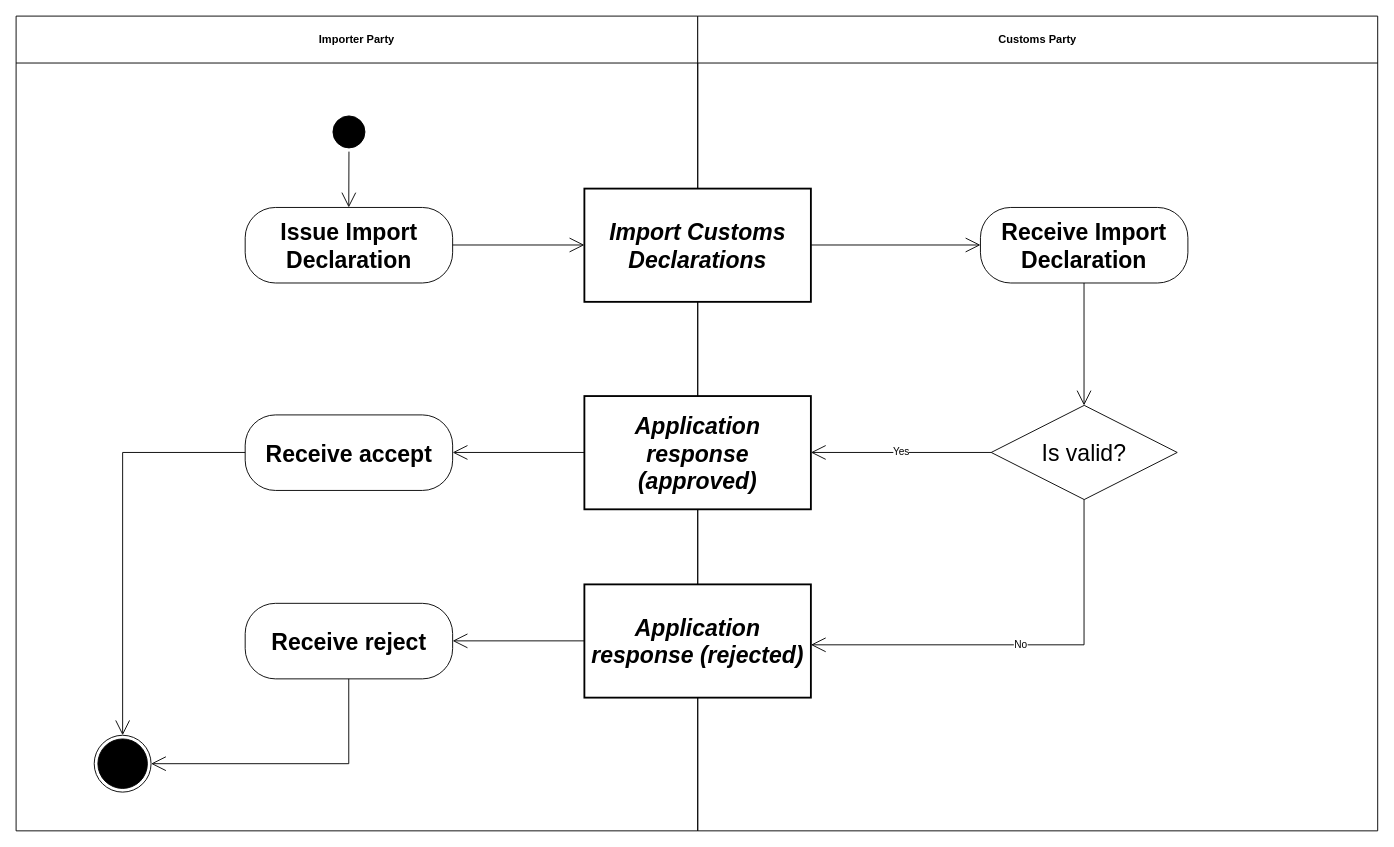
Above: diagrams/UBL-2.3-ImportDeclarationProcess/UBL-2.3-ImportDeclarationProcess.drawio in kduvekot/ubl-work-on-svg-images (draw.io), before the change. Source tidied: cells renumbered, new cells numbered last; positions are measured from the earlier drawing's top-left corner, leaving out a move shared by most shapes. Both pictures are drawn from the tidied source at 92%, with x=0, y=0 at pixel (16, 16).
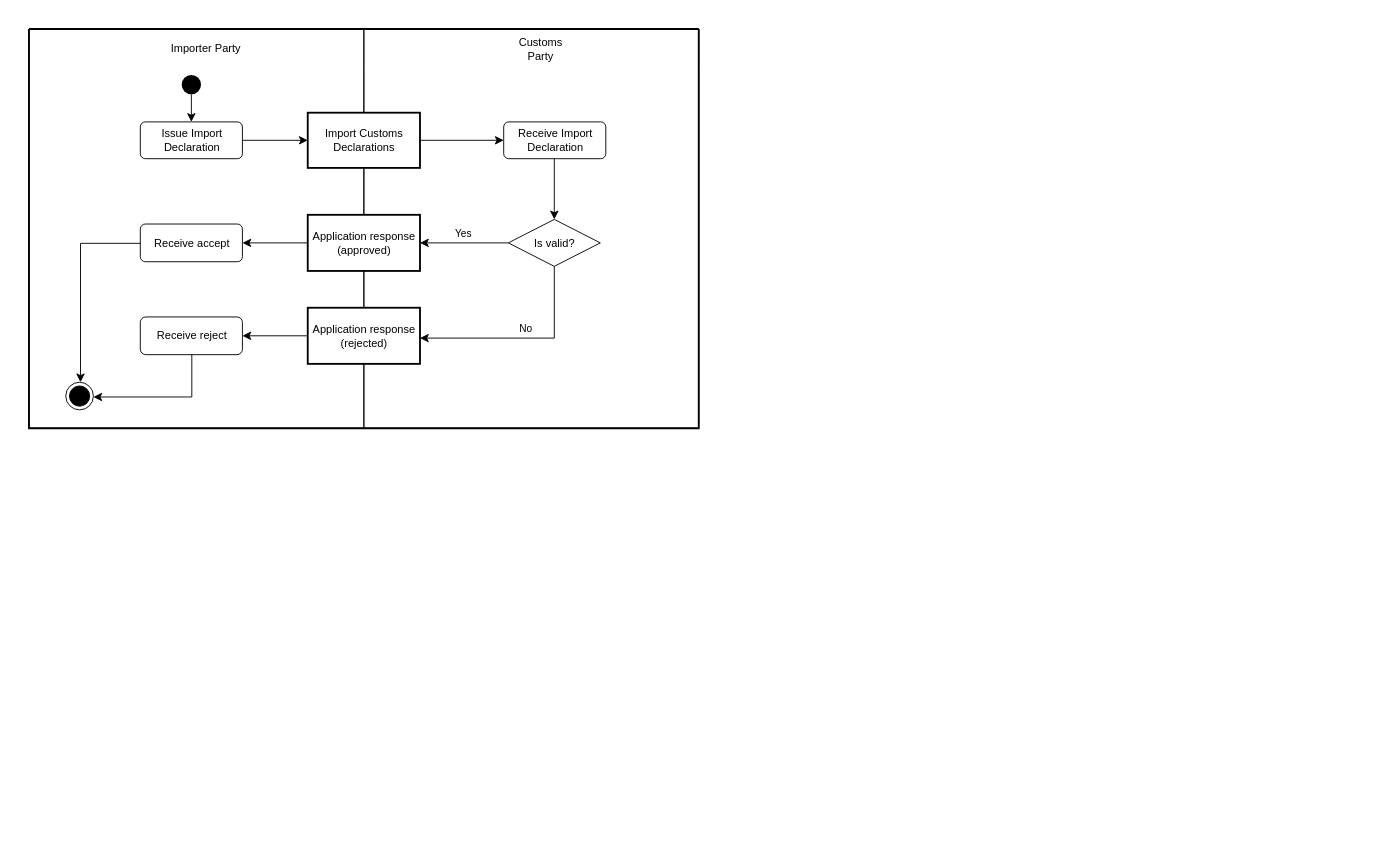
Above is the later version.

What changed in the source:
```diff
@@
+    <mxCell id="24" style="swimlane;html=1;startSize=0;whiteSpace=wrap;fillColor=none;strokeWidth=2;" parent="1" vertex="1">
+      <mxGeometry x="14" y="14" width="728" height="434" as="geometry" />
+    </mxCell>
-    <mxCell id="2" value="Importer Party" style="swimlane;whiteSpace=wrap;html=1;startSize=51;" parent="1" vertex="1">
-      <mxGeometry width="740.9" height="885.6" as="geometry" />
+    <mxCell id="2" value="Importer Party" style="swimlane;horizontal=1;startSize=41;swimlaneLine=0;html=1;fillColor=none;fontSize=12;fontStyle=0;spacing=0;spacingLeft=20;" parent="24" vertex="1">
+      <mxGeometry width="364" height="434" as="geometry" />
     </mxCell>
-    <mxCell id="3" value="Customs Party" style="swimlane;whiteSpace=wrap;html=1;startSize=51;" parent="1" vertex="1">
-      <mxGeometry x="740.9" width="739.1" height="885.6" as="geometry" />
+    <mxCell id="3" value="Customs&lt;br&gt;Party" style="swimlane;horizontal=1;startSize=43;swimlaneLine=0;html=1;fillColor=none;fontSize=12;fontStyle=0;spacing=0;spacingLeft=20;" parent="24" vertex="1">
+      <mxGeometry x="364" width="364" height="434" as="geometry" />
     </mxCell>
-    <mxCell id="4" style="ellipse;html=1;shape=startState;fillColor=#000000;strokeColor=#000000;fontFamily=Helvetica;fontSize=25;" parent="1" vertex="1">
-      <mxGeometry x="340.4" y="104.5" width="42.8" height="42.8" as="geometry" />
+    <mxCell id="4" style="ellipse;shape=startState;fillColor=#000000;strokeColor=none;html=1;" parent="2" vertex="1">
+      <mxGeometry x="162" y="46" width="29" height="29" as="geometry" />
     </mxCell>
-    <mxCell id="5" value="Import Customs Declarations" style="rounded=0;whiteSpace=wrap;html=1;fontStyle=3;strokeWidth=2;fontFamily=Helvetica;fontSize=25;" parent="1" vertex="1">
-      <mxGeometry x="617.7" y="187.5" width="246.2" height="123.1" as="geometry" />
+    <mxCell id="5" value="Import Customs&lt;br&gt;Declarations" style="rounded=0;html=1;whiteSpace=nowrap;fontSize=12;fontStyle=0;align=center;verticalAlign=middle;spacing=0;spacingRight=1;strokeWidth=2;" parent="3" vertex="1">
+      <mxGeometry x="-61" y="91" width="122" height="60" as="geometry" />
     </mxCell>
-    <mxCell id="6" value="Issue Import Declaration" style="rounded=1;arcSize=40;whiteSpace=wrap;html=1;fontStyle=1;fontFamily=Helvetica;fontSize=25;" parent="1" vertex="1">
-      <mxGeometry x="249" y="208" width="225.5" height="82.1" as="geometry" />
+    <mxCell id="6" value="Issue Import&lt;br&gt;Declaration" style="rounded=1;absoluteArcSize=1;arcSize=11;html=1;whiteSpace=nowrap;fontSize=12;fontStyle=0;align=center;verticalAlign=middle;spacing=0;" parent="2" vertex="1">
+      <mxGeometry x="121" y="101" width="111" height="40" as="geometry" />
     </mxCell>
-    <mxCell id="7" value="Receive Import Declaration" style="rounded=1;arcSize=40;whiteSpace=wrap;html=1;fontStyle=1;fontFamily=Helvetica;fontSize=25;" parent="1" vertex="1">
-      <mxGeometry x="1048.2" y="208" width="225.5" height="82.1" as="geometry" />
+    <mxCell id="7" value="Receive Import&lt;br&gt;Declaration" style="rounded=1;absoluteArcSize=1;arcSize=11;html=1;whiteSpace=nowrap;fontSize=12;fontStyle=0;align=center;verticalAlign=middle;spacing=0;" parent="3" vertex="1">
+      <mxGeometry x="152" y="101" width="111" height="40" as="geometry" />
     </mxCell>
-    <mxCell id="8" value="Application response (approved)" style="rounded=0;whiteSpace=wrap;html=1;fontStyle=3;strokeWidth=2;fontFamily=Helvetica;fontSize=25;" parent="1" vertex="1">
-      <mxGeometry x="617.7" y="413" width="246.2" height="123.1" as="geometry" />
+    <mxCell id="8" value="Application response&lt;br&gt;(approved)" style="rounded=0;html=1;whiteSpace=nowrap;fontSize=12;fontStyle=0;align=center;verticalAlign=middle;spacing=0;spacingRight=1;strokeWidth=2;" parent="3" vertex="1">
+      <mxGeometry x="-61" y="202" width="122" height="61" as="geometry" />
     </mxCell>
-    <mxCell id="9" value="Is valid?" style="rhombus;whiteSpace=wrap;html=1;fontFamily=Helvetica;fontSize=25;" parent="1" vertex="1">
-      <mxGeometry x="1059.9" y="423.1" width="202.2" height="102.4" as="geometry" />
+    <mxCell id="9" value="Is valid?" style="rhombus;html=1;whiteSpace=nowrap;fontSize=12;fontStyle=0;align=center;verticalAlign=middle;spacing=0;spacingRight=1;spacingTop=1;" parent="3" vertex="1">
+      <mxGeometry x="157" y="207" width="100" height="51" as="geometry" />
     </mxCell>
-    <mxCell id="10" value="Receive accept" style="rounded=1;arcSize=40;whiteSpace=wrap;html=1;fontStyle=1;fontFamily=Helvetica;fontSize=25;" parent="1" vertex="1">
-      <mxGeometry x="249" y="433.5" width="225.5" height="82.1" as="geometry" />
+    <mxCell id="10" value="Receive accept" style="rounded=1;absoluteArcSize=1;arcSize=11;html=1;whiteSpace=nowrap;fontSize=12;fontStyle=0;align=center;verticalAlign=middle;spacing=0;" parent="2" vertex="1">
+      <mxGeometry x="121" y="212" width="111" height="41" as="geometry" />
     </mxCell>
-    <mxCell id="11" value="Application response (rejected)" style="rounded=0;whiteSpace=wrap;html=1;fontStyle=3;strokeWidth=2;fontFamily=Helvetica;fontSize=25;" parent="1" vertex="1">
-      <mxGeometry x="617.7" y="617.7" width="246.2" height="123.1" as="geometry" />
+    <mxCell id="11" value="Application response&lt;br&gt;(rejected)" style="rounded=0;html=1;whiteSpace=nowrap;fontSize=12;fontStyle=0;align=center;verticalAlign=middle;spacing=0;spacingRight=1;strokeWidth=2;" parent="3" vertex="1">
+      <mxGeometry x="-61" y="303" width="122" height="61" as="geometry" />
     </mxCell>
-    <mxCell id="12" value="Receive reject" style="rounded=1;arcSize=40;whiteSpace=wrap;html=1;fontStyle=1;fontFamily=Helvetica;fontSize=25;" parent="1" vertex="1">
-      <mxGeometry x="249" y="638.3" width="225.5" height="82.1" as="geometry" />
+    <mxCell id="12" value="Receive reject" style="rounded=1;absoluteArcSize=1;arcSize=12;html=1;whiteSpace=nowrap;fontSize=12;fontStyle=0;align=center;verticalAlign=middle;spacing=0;" parent="2" vertex="1">
+      <mxGeometry x="121" y="313" width="111" height="41" as="geometry" />
     </mxCell>
-    <mxCell id="13" style="ellipse;html=1;shape=endState;fillColor=#000000;strokeColor=#000000;fontFamily=Helvetica;fontSize=25;" parent="1" vertex="1">
-      <mxGeometry x="84.9" y="781.7" width="61.8" height="61.8" as="geometry" />
+    <mxCell id="13" style="ellipse;shape=endState;fillColor=#000000;html=1;" parent="2" vertex="1">
+      <mxGeometry x="40" y="384" width="30" height="30" as="geometry" />
     </mxCell>
-    <mxCell id="14" style="edgeStyle=none;rounded=0;html=1;endArrow=open;endFill=0;endSize=14;exitX=0.4953;exitY=1.0;entryX=0.4993;entryY=0.0;" parent="1" edge="1" source="4" target="6">
+    <mxCell id="14" style="edgeStyle=none;rounded=0;html=1;endArrow=classic;endFill=1;endSize=7;exitPerimeter=0;entryX=0.5;entryY=0;entryPerimeter=0;exitX=0.5;exitY=0.8625;" parent="2" edge="1" source="4" target="6">
       <mxGeometry relative="1" as="geometry" />
     </mxCell>
-    <mxCell id="15" style="edgeStyle=none;rounded=0;html=1;endArrow=open;endFill=0;endSize=14;exitX=1.0;exitY=0.497;entryX=0.0;entryY=0.498;" parent="1" edge="1" source="6" target="5">
+    <mxCell id="15" style="edgeStyle=none;rounded=0;html=1;endArrow=classic;endFill=1;endSize=7;exitX=1;exitY=0.5;exitPerimeter=0;entryX=0;entryY=0.5;entryPerimeter=0;" parent="24" edge="1" source="6" target="5">
       <mxGeometry relative="1" as="geometry" />
     </mxCell>
-    <mxCell id="16" style="edgeStyle=none;rounded=0;html=1;endArrow=open;endFill=0;endSize=14;exitX=1.0;exitY=0.498;entryX=0.0;entryY=0.497;" parent="1" edge="1" source="5" target="7">
+    <mxCell id="16" style="edgeStyle=none;rounded=0;html=1;endArrow=classic;endFill=1;endSize=7;exitX=1;exitY=0.5;exitPerimeter=0;entryX=0;entryY=0.5;entryPerimeter=0;" parent="3" edge="1" source="5" target="7">
       <mxGeometry relative="1" as="geometry" />
     </mxCell>
-    <mxCell id="17" style="edgeStyle=none;rounded=0;html=1;endArrow=open;endFill=0;endSize=14;exitX=0.4993;exitY=1.0;entryX=0.499;entryY=0.0;" parent="1" edge="1" source="7" target="9">
+    <mxCell id="17" style="edgeStyle=none;rounded=0;html=1;endArrow=classic;endFill=1;endSize=7;exitPerimeter=0;entryX=0.5;entryY=0;entryPerimeter=0;exitX=0.495495;exitY=1;" parent="3" edge="1" source="7" target="9">
       <mxGeometry relative="1" as="geometry" />
     </mxCell>
-    <mxCell id="18" style="edgeStyle=none;rounded=0;html=1;endArrow=open;endFill=0;endSize=14;exitX=0.0;exitY=0.498;entryX=1.0;entryY=0.497;" parent="1" edge="1" source="8" target="10">
+    <mxCell id="18" style="edgeStyle=none;rounded=0;html=1;endArrow=classic;endFill=1;endSize=7;exitX=0;exitY=0.5;exitPerimeter=0;entryX=1;entryY=0.5;entryPerimeter=0;" parent="24" edge="1" source="8" target="10">
       <mxGeometry relative="1" as="geometry" />
     </mxCell>
-    <mxCell id="19" value="Yes" style="edgeStyle=none;rounded=0;html=1;endArrow=open;endFill=0;endSize=14;exitX=0.0;exitY=0.5;entryX=1.0;entryY=0.498;" parent="1" edge="1" source="9" target="8">
-      <mxGeometry relative="1" as="geometry" />
+    <mxCell id="19" value="Yes" style="edgeStyle=none;rounded=0;html=1;endArrow=classic;endFill=1;endSize=7;exitX=0;exitY=0.5;exitPerimeter=0;entryX=1;entryY=0.5;entryPerimeter=0;fontSize=11;fontStyle=0;align=center;verticalAlign=middle;labelBackgroundColor=none;" parent="3" edge="1" source="9" target="8">
+      <mxGeometry x="0.02" relative="1" as="geometry">
+        <mxPoint y="-10" as="offset" />
+      </mxGeometry>
     </mxCell>
-    <mxCell id="20" style="edgeStyle=orthogonalEdgeStyle;rounded=0;html=1;endArrow=open;endFill=0;endSize=14;exitX=0.0;exitY=0.497;entryX=0.5;entryY=0.0;" parent="1" edge="1" source="10" target="13">
+    <mxCell id="20" style="edgeStyle=orthogonalEdgeStyle;rounded=0;html=1;endArrow=classic;endFill=1;endSize=7;exitPerimeter=0;entryPerimeter=0;exitX=0;exitY=0.512195;entryX=0.533333;entryY=0;" parent="2" edge="1" source="10" target="13">
       <mxGeometry relative="1" as="geometry">
         <Array as="points">
-          <mxPoint x="115.8" y="474.3" />
+          <mxPoint x="56" y="233" />
         </Array>
       </mxGeometry>
     </mxCell>
-    <mxCell id="21" value="No" style="edgeStyle=orthogonalEdgeStyle;rounded=0;html=1;endArrow=open;endFill=0;endSize=14;exitX=0.499;exitY=1.0;entryX=1.0;entryY=0.5337;" parent="1" edge="1" source="9" target="11">
-      <mxGeometry relative="1" as="geometry">
+    <mxCell id="21" value="No" style="edgeStyle=orthogonalEdgeStyle;rounded=0;html=1;endArrow=classic;endFill=1;endSize=7;exitPerimeter=0;entryPerimeter=0;fontSize=11;fontStyle=0;align=center;verticalAlign=middle;labelBackgroundColor=none;exitX=0.5;exitY=1;entryX=1;entryY=0.540984;" parent="3" edge="1" source="9" target="11">
+      <mxGeometry x="-0.03" relative="1" as="geometry">
         <Array as="points">
-          <mxPoint x="1160.8" y="683.4" />
+          <mxPoint x="207" y="336" />
         </Array>
+        <mxPoint y="-10" as="offset" />
       </mxGeometry>
     </mxCell>
-    <mxCell id="22" style="edgeStyle=none;rounded=0;html=1;endArrow=open;endFill=0;endSize=14;exitX=0.0;exitY=0.4988;entryX=1.0;entryY=0.497;" parent="1" edge="1" source="11" target="12">
+    <mxCell id="22" style="edgeStyle=none;rounded=0;html=1;endArrow=classic;endFill=1;endSize=7;exitX=0;exitY=0.5;exitPerimeter=0;entryX=1;entryY=0.5;entryPerimeter=0;" parent="24" edge="1" source="11" target="12">
       <mxGeometry relative="1" as="geometry" />
     </mxCell>
-    <mxCell id="23" style="edgeStyle=orthogonalEdgeStyle;rounded=0;html=1;endArrow=open;endFill=0;endSize=14;exitX=0.4993;exitY=1.0;entryX=1.0;entryY=0.4919;" parent="1" edge="1" source="12" target="13">
+    <mxCell id="23" style="edgeStyle=orthogonalEdgeStyle;rounded=0;html=1;endArrow=classic;endFill=1;endSize=7;exitPerimeter=0;entryPerimeter=0;exitX=0.504505;exitY=1;entryX=1;entryY=0.533333;" parent="2" edge="1" source="12" target="13">
       <mxGeometry relative="1" as="geometry">
         <Array as="points">
-          <mxPoint x="361.6" y="812.1" />
+          <mxPoint x="177" y="400" />
         </Array>
       </mxGeometry>
     </mxCell>
```
